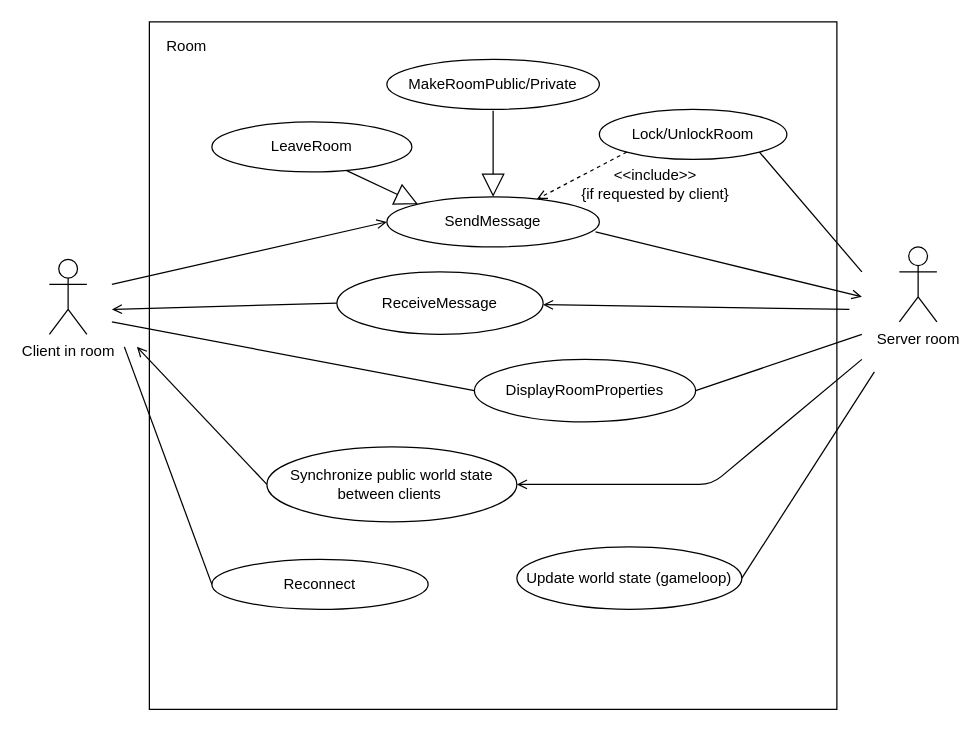
Above: doc/room-use_cases.drawio in StefanoSalvatori/PPS-18-scala-omg (draw.io), before the change. Source tidied: cells renumbered, new cells numbered last; positions are measured from the earlier drawing's top-left corner, leaving out a move shared by most shapes. Both pictures are drawn from the tidied source at 125%, with x=0, y=0 at pixel (49, 21).
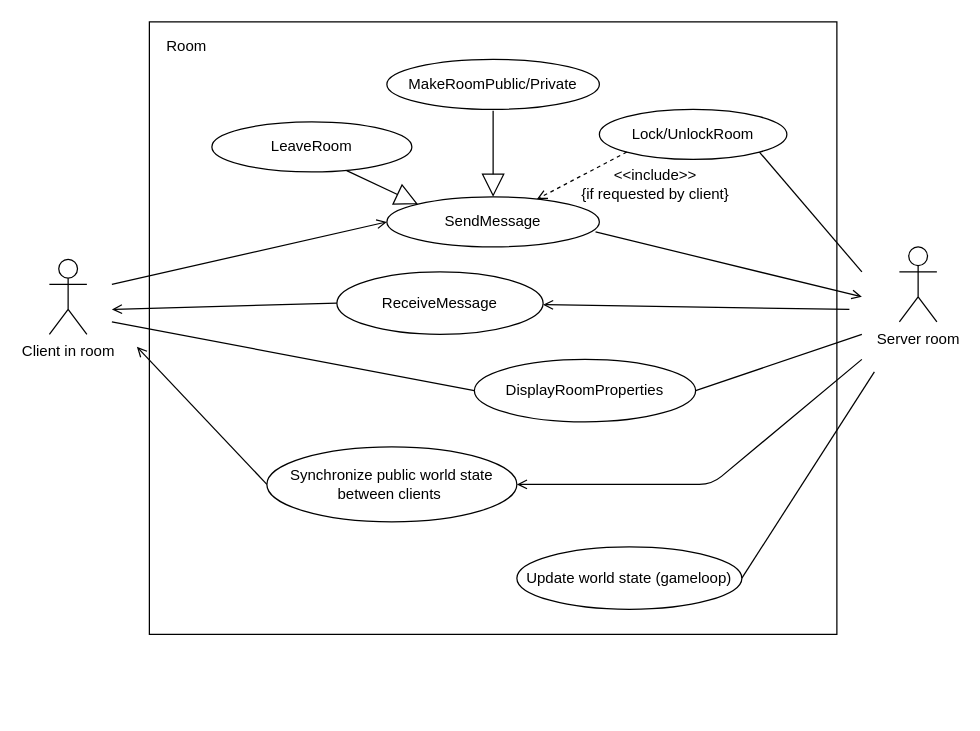
The same diagram, later.

Commit message (it also covers changes not shown here):
Improved room property server side

Change to the diagram source:
```diff
@@
     <mxCell id="2" style="rounded=0;whiteSpace=wrap;html=1;fillColor=none;" parent="1" vertex="1">
-      <mxGeometry x="80" width="550" height="550" as="geometry" />
+      <mxGeometry x="80" width="550" height="490" as="geometry" />
     </mxCell>
@@
-    <mxCell id="10" value="Reconnect" style="ellipse;whiteSpace=wrap;html=1;" parent="1" vertex="1">
-      <mxGeometry x="130" y="430" width="173" height="40" as="geometry" />
-    </mxCell>
@@
-    <mxCell id="17" style="endArrow=none;html=1;entryX=0;entryY=0.5;entryDx=0;entryDy=0;" parent="1" edge="1" target="10">
-      <mxGeometry relative="1" as="geometry">
-        <mxPoint x="60" y="260" as="sourcePoint" />
-      </mxGeometry>
-    </mxCell>
```
